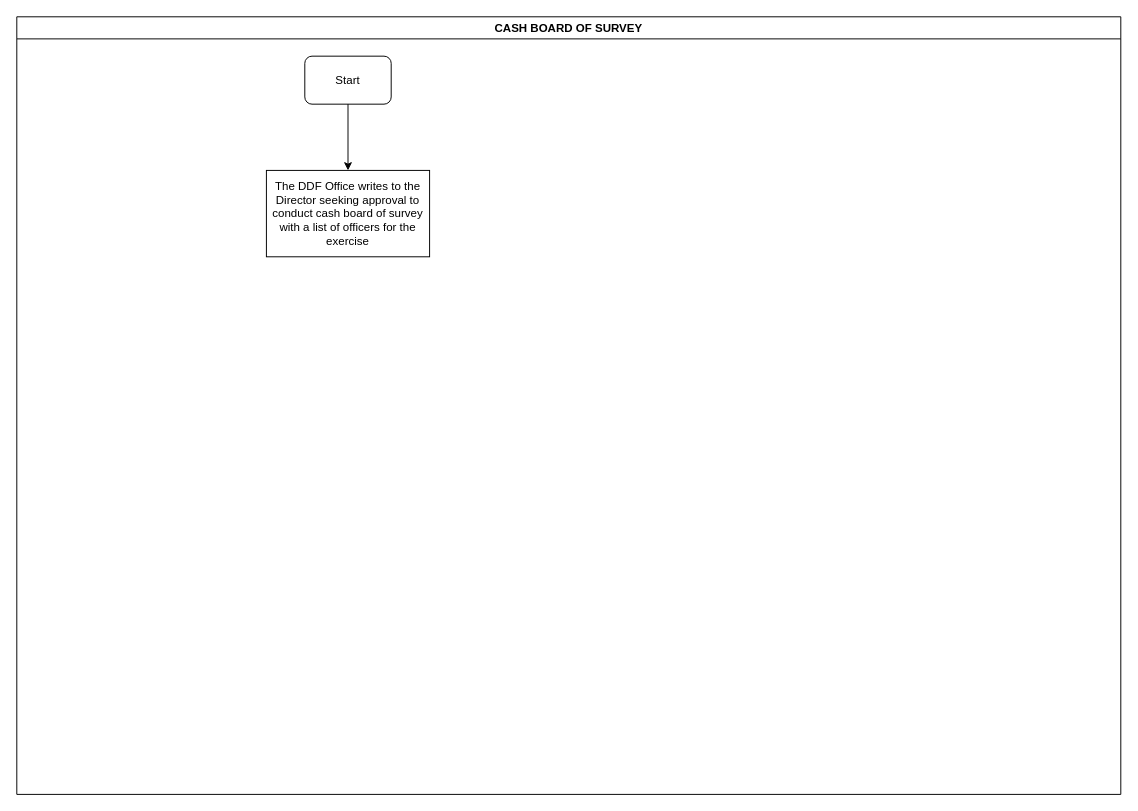
Above: KEFRI-FIN-CASH BOARD OF SURVEY.drawio in kmagua/flowcharts (draw.io), before the change. Source tidied: cells renumbered, new cells numbered last; positions are measured from the earlier drawing's top-left corner, leaving out a move shared by most shapes. Both pictures are drawn from the tidied source at 96%, with x=0, y=0 at pixel (16, 16).
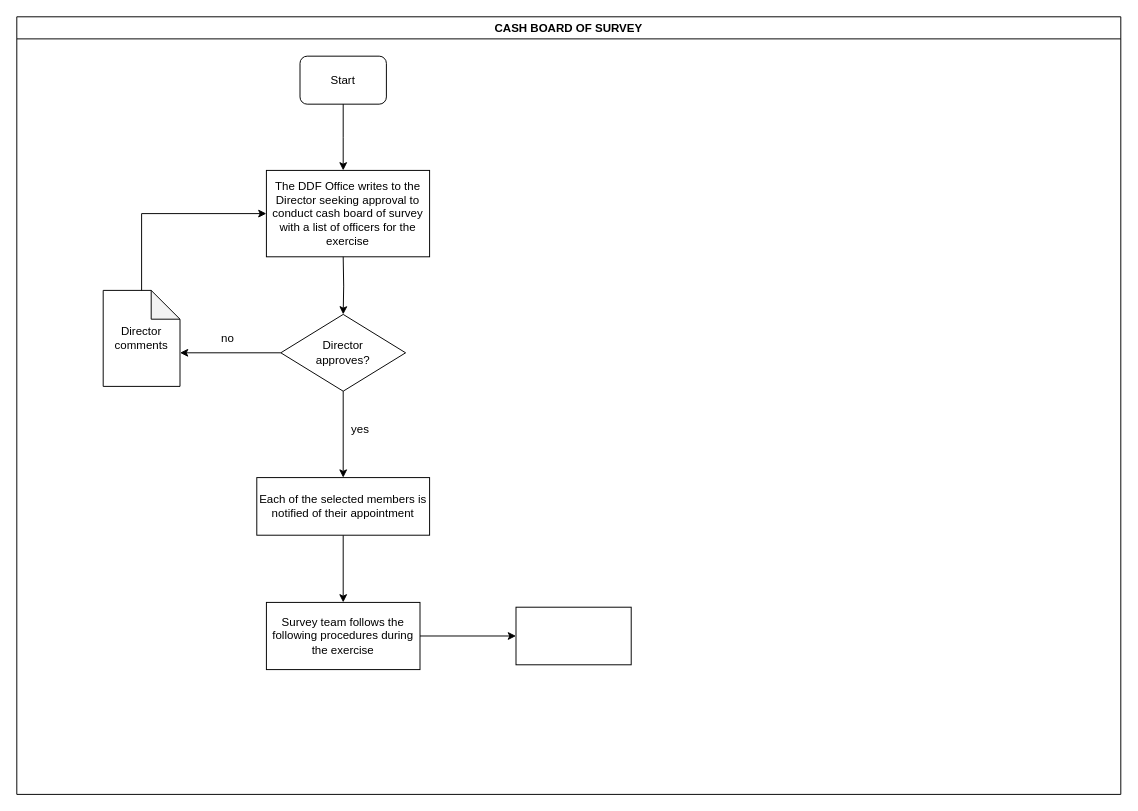
After the change.

Unchanged cells that the change refers to:
```xml
<mxCell id="2" value="CASH BOARD OF SURVEY" style="swimlane;" parent="1" vertex="1">
  <mxGeometry width="1150" height="810" as="geometry" />
</mxCell>
<mxCell id="4" value="The DDF Office writes to the Director seeking approval to conduct cash board of survey with a list of officers for the exercise" style="rounded=0;whiteSpace=wrap;html=1;" parent="2" vertex="1">
  <mxGeometry x="260" y="160" width="170" height="90" as="geometry" />
</mxCell>
```

What changed in the source:
```diff
@@
     <mxCell id="3" value="Start" style="rounded=1;whiteSpace=wrap;html=1;" parent="2" vertex="1">
-      <mxGeometry x="300" y="41" width="90" height="50" as="geometry" />
+      <mxGeometry x="295" y="41" width="90" height="50" as="geometry" />
     </mxCell>
@@
-    <mxCell id="5" style="edgeStyle=orthogonalEdgeStyle;rounded=0;jettySize=auto;html=1;entryX=0.5;entryY=0;entryDx=0;entryDy=0;" parent="2" edge="1" source="3" target="4">
-      <mxGeometry relative="1" as="geometry" />
+    <mxCell id="5" style="edgeStyle=orthogonalEdgeStyle;rounded=0;jettySize=auto;html=1;entryX=0.5;entryY=0;entryDx=0;entryDy=0;" parent="2" edge="1" source="3">
+      <mxGeometry relative="1" as="geometry">
+        <mxPoint x="340" y="160" as="targetPoint" />
+      </mxGeometry>
     </mxCell>
+    <mxCell id="6" value="&lt;div&gt;Director&lt;/div&gt;&lt;div&gt;approves?&lt;/div&gt;" style="rhombus;whiteSpace=wrap;html=1;" parent="2" vertex="1">
+      <mxGeometry x="275" y="310" width="130" height="80" as="geometry" />
+    </mxCell>
+    <mxCell id="7" style="edgeStyle=orthogonalEdgeStyle;rounded=0;jettySize=auto;html=1;" parent="2" edge="1" target="6">
+      <mxGeometry relative="1" as="geometry">
+        <mxPoint x="340" y="250" as="sourcePoint" />
+      </mxGeometry>
+    </mxCell>
+    <mxCell id="8" value="Director comments" style="shape=note;whiteSpace=wrap;html=1;backgroundOutline=1;darkOpacity=0.05;" parent="2" vertex="1">
+      <mxGeometry x="90" y="285" width="80" height="100" as="geometry" />
+    </mxCell>
+    <mxCell id="9" style="edgeStyle=orthogonalEdgeStyle;rounded=0;jettySize=auto;html=1;entryX=0;entryY=0;entryDx=80;entryDy=65;entryPerimeter=0;" parent="2" edge="1" source="6" target="8">
+      <mxGeometry relative="1" as="geometry" />
+    </mxCell>
+    <mxCell id="10" style="edgeStyle=orthogonalEdgeStyle;rounded=0;jettySize=auto;html=1;entryX=0;entryY=0.5;entryDx=0;entryDy=0;" parent="2" edge="1" source="8" target="4">
+      <mxGeometry relative="1" as="geometry">
+        <Array as="points">
+          <mxPoint x="130" y="205" />
+        </Array>
+      </mxGeometry>
+    </mxCell>
+    <mxCell id="11" value="no" style="text;html=1;strokeColor=none;fillColor=none;align=center;verticalAlign=middle;whiteSpace=wrap;rounded=0;" parent="2" vertex="1">
+      <mxGeometry x="200" y="325" width="40" height="20" as="geometry" />
+    </mxCell>
+    <mxCell id="12" value="yes" style="text;html=1;strokeColor=none;fillColor=none;align=center;verticalAlign=middle;whiteSpace=wrap;rounded=0;" parent="2" vertex="1">
+      <mxGeometry x="338" y="420" width="40" height="20" as="geometry" />
+    </mxCell>
+    <mxCell id="13" style="edgeStyle=orthogonalEdgeStyle;rounded=0;jettySize=auto;html=1;" parent="1" edge="1" source="14" target="17">
+      <mxGeometry relative="1" as="geometry" />
+    </mxCell>
+    <mxCell id="14" value="Each of the selected members is notified of their appointment" style="whiteSpace=wrap;html=1;" parent="1" vertex="1">
+      <mxGeometry x="250" y="480" width="180" height="60" as="geometry" />
+    </mxCell>
+    <mxCell id="15" style="edgeStyle=orthogonalEdgeStyle;rounded=0;jettySize=auto;html=1;" parent="1" edge="1" source="6" target="14">
+      <mxGeometry relative="1" as="geometry" />
+    </mxCell>
+    <mxCell id="16" style="edgeStyle=orthogonalEdgeStyle;rounded=0;jettySize=auto;html=1;" parent="1" edge="1" source="17" target="18">
+      <mxGeometry relative="1" as="geometry" />
+    </mxCell>
+    <mxCell id="17" value="Survey team follows the following procedures during the exercise" style="whiteSpace=wrap;html=1;" parent="1" vertex="1">
+      <mxGeometry x="260" y="610" width="160" height="70" as="geometry" />
+    </mxCell>
+    <mxCell id="18" style="whiteSpace=wrap;html=1;" parent="1" vertex="1">
+      <mxGeometry x="520" y="615" width="120" height="60" as="geometry" />
+    </mxCell>
```
